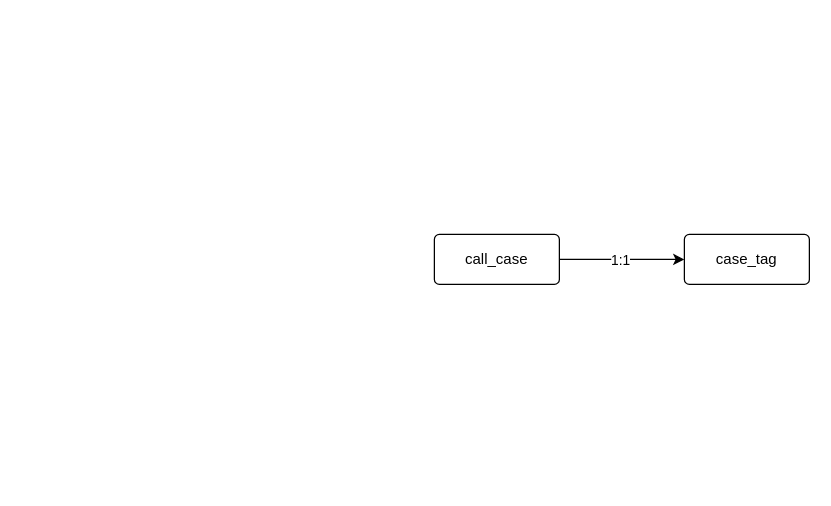
Before: 电销系统-数据架构.drawio in ABIN-DS/flowchart, a draw.io diagram. Source tidied: cells renumbered, new cells numbered last; positions are measured from the earlier drawing's top-left corner, leaving out a move shared by most shapes. Both pictures are drawn from the tidied source at 125%, with x=0, y=0 at pixel (434, 234).
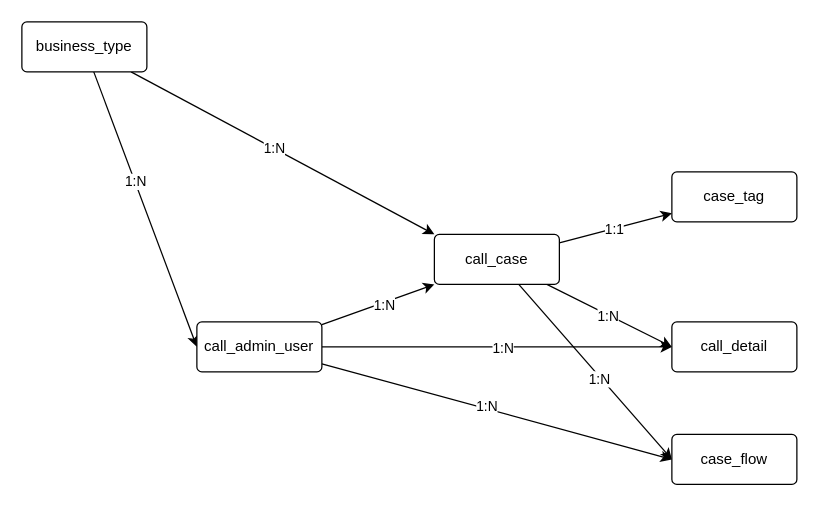
The same page after the edit.

Commit message (it also covers changes not shown here):
更新电销系统-数据架构.drawio

Unchanged cells that the change refers to:
```xml
<mxCell id="4" value="call_case" style="rounded=1;arcSize=10;whiteSpace=wrap;html=1;align=center;" parent="1" vertex="1">
  <mxGeometry width="100" height="40" as="geometry" />
</mxCell>
```

The edit, as a diff of the source:
```diff
@@
+    <mxCell id="6" style="edgeStyle=none;rounded=0;jettySize=auto;html=1;entryX=0;entryY=0.5;entryDx=0;entryDy=0;" parent="1" edge="1" source="4" target="22">
+      <mxGeometry relative="1" as="geometry" />
+    </mxCell>
+    <mxCell id="7" value="1:N" style="edgeLabel;html=1;align=center;verticalAlign=middle;" parent="6" vertex="1">
+      <mxGeometry x="-0.02" y="-1" relative="1" as="geometry" />
+    </mxCell>
+    <mxCell id="8" style="edgeStyle=none;rounded=0;jettySize=auto;html=1;entryX=0;entryY=0.5;entryDx=0;entryDy=0;" parent="1" edge="1" source="4" target="23">
+      <mxGeometry relative="1" as="geometry" />
+    </mxCell>
+    <mxCell id="9" value="1:N" style="edgeLabel;html=1;align=center;verticalAlign=middle;" parent="8" vertex="1">
+      <mxGeometry x="0.06" y="-2" relative="1" as="geometry" />
+    </mxCell>
@@
     <mxCell id="5" value="case_tag" style="rounded=1;arcSize=10;whiteSpace=wrap;html=1;align=center;" parent="1" vertex="1">
-      <mxGeometry x="200" width="100" height="40" as="geometry" />
+      <mxGeometry x="190" y="-50" width="100" height="40" as="geometry" />
     </mxCell>
+    <mxCell id="10" style="edgeStyle=none;rounded=0;jettySize=auto;html=1;entryX=0;entryY=0;entryDx=0;entryDy=0;" parent="1" edge="1" source="14" target="4">
+      <mxGeometry relative="1" as="geometry" />
+    </mxCell>
+    <mxCell id="11" value="1:N" style="edgeLabel;html=1;align=center;verticalAlign=middle;" parent="10" vertex="1">
+      <mxGeometry x="-0.07" relative="1" as="geometry">
+        <mxPoint x="1" as="offset" />
+      </mxGeometry>
+    </mxCell>
+    <mxCell id="12" style="edgeStyle=none;rounded=0;jettySize=auto;html=1;entryX=0;entryY=0.5;entryDx=0;entryDy=0;" parent="1" edge="1" source="14" target="21">
+      <mxGeometry relative="1" as="geometry" />
+    </mxCell>
+    <mxCell id="13" value="1:N" style="edgeLabel;html=1;align=center;verticalAlign=middle;" parent="12" vertex="1">
+      <mxGeometry x="-0.21" relative="1" as="geometry" />
+    </mxCell>
+    <mxCell id="14" value="business_type" style="rounded=1;arcSize=10;whiteSpace=wrap;html=1;align=center;" parent="1" vertex="1">
+      <mxGeometry x="-330" y="-170" width="100" height="40" as="geometry" />
+    </mxCell>
+    <mxCell id="15" style="edgeStyle=none;rounded=0;jettySize=auto;html=1;entryX=0;entryY=1;entryDx=0;entryDy=0;" parent="1" edge="1" source="21" target="4">
+      <mxGeometry relative="1" as="geometry" />
+    </mxCell>
+    <mxCell id="16" value="1:N" style="edgeLabel;html=1;align=center;verticalAlign=middle;" parent="15" vertex="1">
+      <mxGeometry x="0.09" y="-1" relative="1" as="geometry">
+        <mxPoint y="1" as="offset" />
+      </mxGeometry>
+    </mxCell>
+    <mxCell id="17" style="edgeStyle=none;rounded=0;jettySize=auto;html=1;entryX=0;entryY=0.5;entryDx=0;entryDy=0;" parent="1" edge="1" source="21" target="22">
+      <mxGeometry relative="1" as="geometry" />
+    </mxCell>
+    <mxCell id="18" value="1:N" style="edgeLabel;html=1;align=center;verticalAlign=middle;" parent="17" vertex="1">
+      <mxGeometry x="0.03" relative="1" as="geometry" />
+    </mxCell>
+    <mxCell id="19" style="edgeStyle=none;rounded=0;jettySize=auto;html=1;entryX=0;entryY=0.5;entryDx=0;entryDy=0;" parent="1" edge="1" source="21" target="23">
+      <mxGeometry relative="1" as="geometry" />
+    </mxCell>
+    <mxCell id="20" value="1:N" style="edgeLabel;html=1;align=center;verticalAlign=middle;" parent="19" vertex="1">
+      <mxGeometry x="-0.06" y="2" relative="1" as="geometry" />
+    </mxCell>
+    <mxCell id="21" value="call_admin_user" style="rounded=1;arcSize=10;whiteSpace=wrap;html=1;align=center;" parent="1" vertex="1">
+      <mxGeometry x="-190" y="70" width="100" height="40" as="geometry" />
+    </mxCell>
+    <mxCell id="22" value="call_detail" style="rounded=1;arcSize=10;whiteSpace=wrap;html=1;align=center;" parent="1" vertex="1">
+      <mxGeometry x="190" y="70" width="100" height="40" as="geometry" />
+    </mxCell>
+    <mxCell id="23" value="case_flow" style="rounded=1;arcSize=10;whiteSpace=wrap;html=1;align=center;" parent="1" vertex="1">
+      <mxGeometry x="190" y="160" width="100" height="40" as="geometry" />
+    </mxCell>
```
